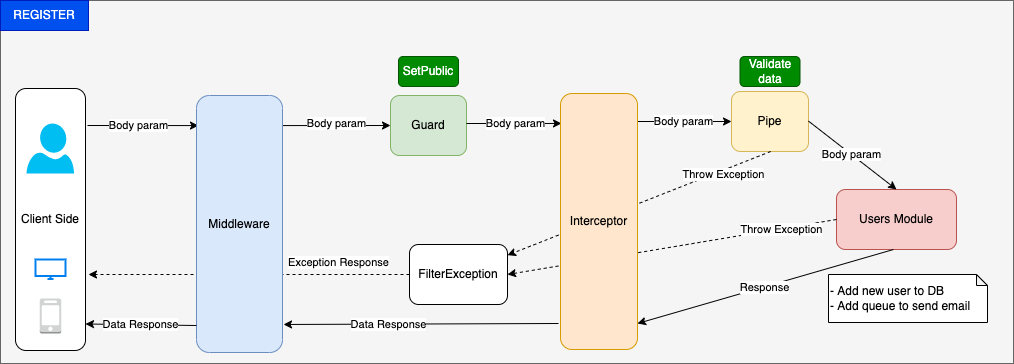
vnbrew/quynd-car-rent-nestjs keeps this draw.io diagram as RegisterFunction.drawio.png. Above is the earlier version. Source tidied: cells renumbered, new cells last; positions are measured from the earlier drawing's top-left corner, leaving out a move shared by most shapes.
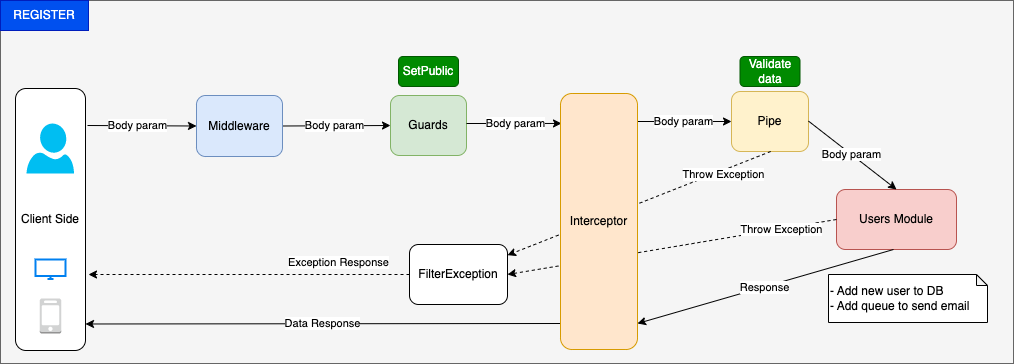
Above is the later version.

Diff of the diagram source:
```diff
@@ -13,16 +13,16 @@
     <mxCell id="4" value="Client Side" style="rounded=1;whiteSpace=wrap;html=1;" parent="1" vertex="1">
       <mxGeometry x="15" y="89" width="70" height="262" as="geometry" />
     </mxCell>
-    <mxCell id="5" value="Body param" style="endArrow=classic;html=1;rounded=0;entryX=0.023;entryY=0.117;entryDx=0;entryDy=0;entryPerimeter=0;" parent="1" edge="1" target="26">
+    <mxCell id="5" value="Body param" style="endArrow=classic;html=1;rounded=0;entryX=0;entryY=0.5;entryDx=0;entryDy=0;" parent="1" edge="1" target="26">
       <mxGeometry x="-0.08" relative="1" as="geometry">
         <mxPoint x="87" y="126" as="sourcePoint" />
       </mxGeometry>
     </mxCell>
-    <mxCell id="6" value="Guard" style="rounded=1;whiteSpace=wrap;html=1;fillColor=#d5e8d4;strokeColor=#82b366;" parent="1" vertex="1">
+    <mxCell id="6" value="Guards" style="rounded=1;whiteSpace=wrap;html=1;fillColor=#d5e8d4;strokeColor=#82b366;" parent="1" vertex="1">
       <mxGeometry x="390" y="96" width="76" height="60" as="geometry" />
     </mxCell>
-    <mxCell id="7" value="Body param" style="endArrow=classic;html=1;rounded=0;exitX=0.988;exitY=0.117;exitDx=0;exitDy=0;entryX=0;entryY=0.5;entryDx=0;entryDy=0;exitPerimeter=0;" parent="1" edge="1" source="26" target="6">
-      <mxGeometry y="2" relative="1" as="geometry" />
+    <mxCell id="7" value="Body param" style="endArrow=classic;html=1;rounded=0;exitX=1;exitY=0.5;exitDx=0;exitDy=0;entryX=0;entryY=0.5;entryDx=0;entryDy=0;" parent="1" edge="1" source="26" target="6">
+      <mxGeometry x="-0.04" relative="1" as="geometry" />
     </mxCell>
     <mxCell id="8" value="Body param" style="endArrow=classic;html=1;rounded=0;exitX=1;exitY=0.5;exitDx=0;exitDy=0;entryX=0.013;entryY=0.117;entryDx=0;entryDy=0;entryPerimeter=0;" parent="1" edge="1" target="28">
       <mxGeometry x="0.02" relative="1" as="geometry">
@@ -55,11 +55,6 @@
     <mxCell id="14" value="FilterException" style="rounded=1;whiteSpace=wrap;html=1;" parent="1" vertex="1">
       <mxGeometry x="409" y="245" width="98" height="60" as="geometry" />
     </mxCell>
-    <mxCell id="15" value="Data Response" style="endArrow=classic;html=1;rounded=0;exitX=0;exitY=0.5;exitDx=0;exitDy=0;entryX=1.012;entryY=0.891;entryDx=0;entryDy=0;entryPerimeter=0;" parent="1" edge="1" target="26">
-      <mxGeometry x="0.24" relative="1" as="geometry">
-        <mxPoint x="558" y="324" as="sourcePoint" />
-      </mxGeometry>
-    </mxCell>
     <mxCell id="16" value="Exception Response" style="endArrow=classic;html=1;rounded=0;dashed=1;exitX=0;exitY=0.5;exitDx=0;exitDy=0;" parent="1" edge="1" source="14">
       <mxGeometry x="-0.56" y="-12" relative="1" as="geometry">
         <mxPoint x="88" y="275" as="targetPoint" />
@@ -95,10 +90,11 @@
       <mxGeometry x="828" y="275" width="159" height="48" as="geometry" />
     </mxCell>
     <mxCell id="26" value="Middleware" style="rounded=1;whiteSpace=wrap;html=1;fillColor=#dae8fc;strokeColor=#6c8ebf;" parent="1" vertex="1">
-      <mxGeometry x="196" y="96" width="86" height="257" as="geometry" />
+      <mxGeometry x="196" y="96" width="86" height="61" as="geometry" />
     </mxCell>
-    <mxCell id="27" value="Data Response" style="endArrow=classic;html=1;rounded=0;entryX=1.012;entryY=0.891;entryDx=0;entryDy=0;entryPerimeter=0;exitX=0;exitY=0.895;exitDx=0;exitDy=0;exitPerimeter=0;" parent="1" edge="1" source="26">
+    <mxCell id="27" value="Data Response" style="endArrow=classic;html=1;rounded=0;entryX=1.012;entryY=0.891;entryDx=0;entryDy=0;entryPerimeter=0;" parent="1" edge="1">
       <mxGeometry x="0.01" relative="1" as="geometry">
+        <mxPoint x="563" y="324" as="sourcePoint" />
         <mxPoint x="85" y="324.5" as="targetPoint" />
       </mxGeometry>
     </mxCell>
```
